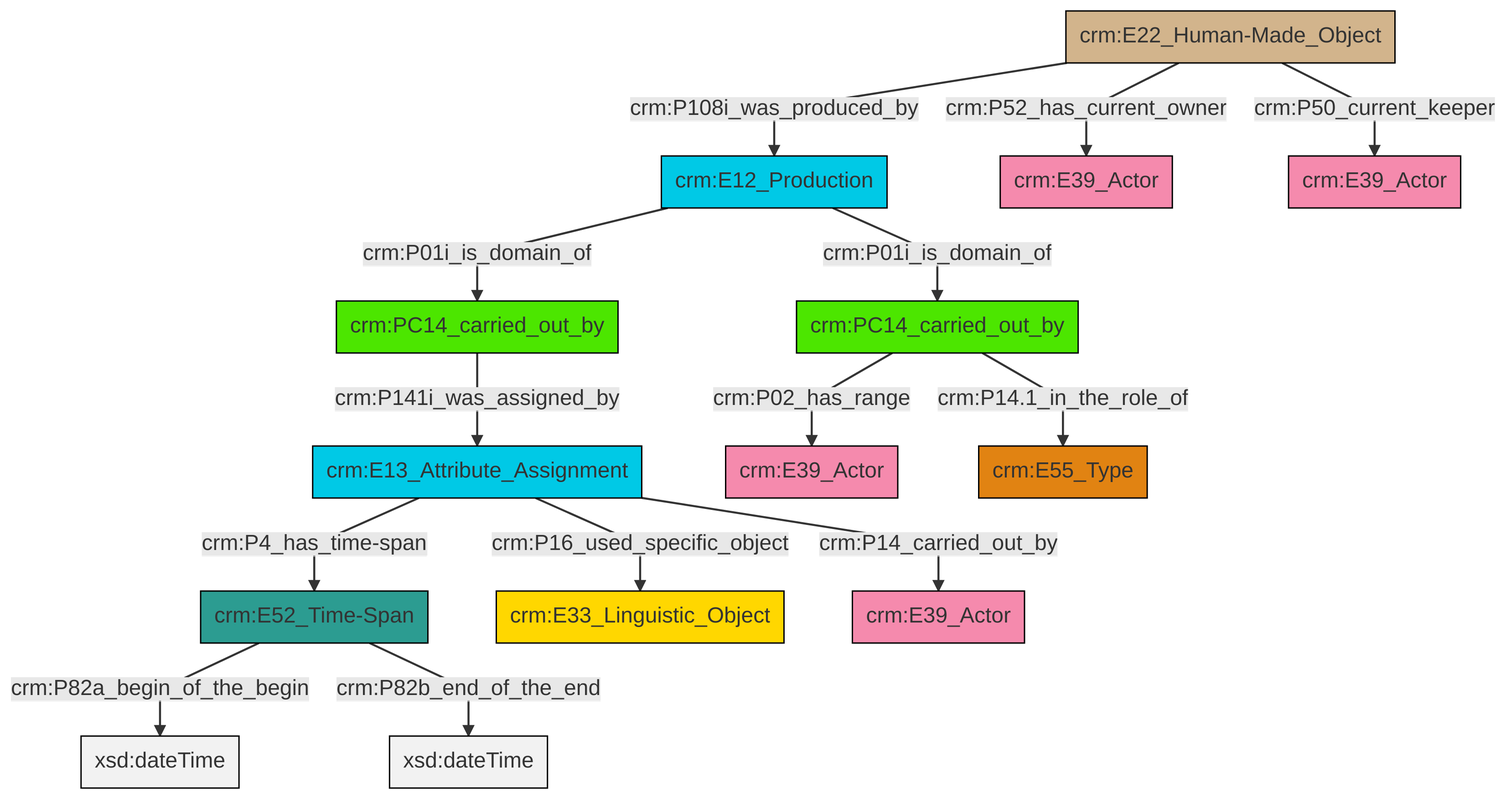
This is et/carrierCSV/ttl/mmd/png/carrier_relations.png from swiss-art-research-net/docs.swissartresearch, a Mermaid export, as it was before one commit. Its source is kept beside it as et/carrierCSV/ttl/mmd/carrier_relations.ttl.mmd.
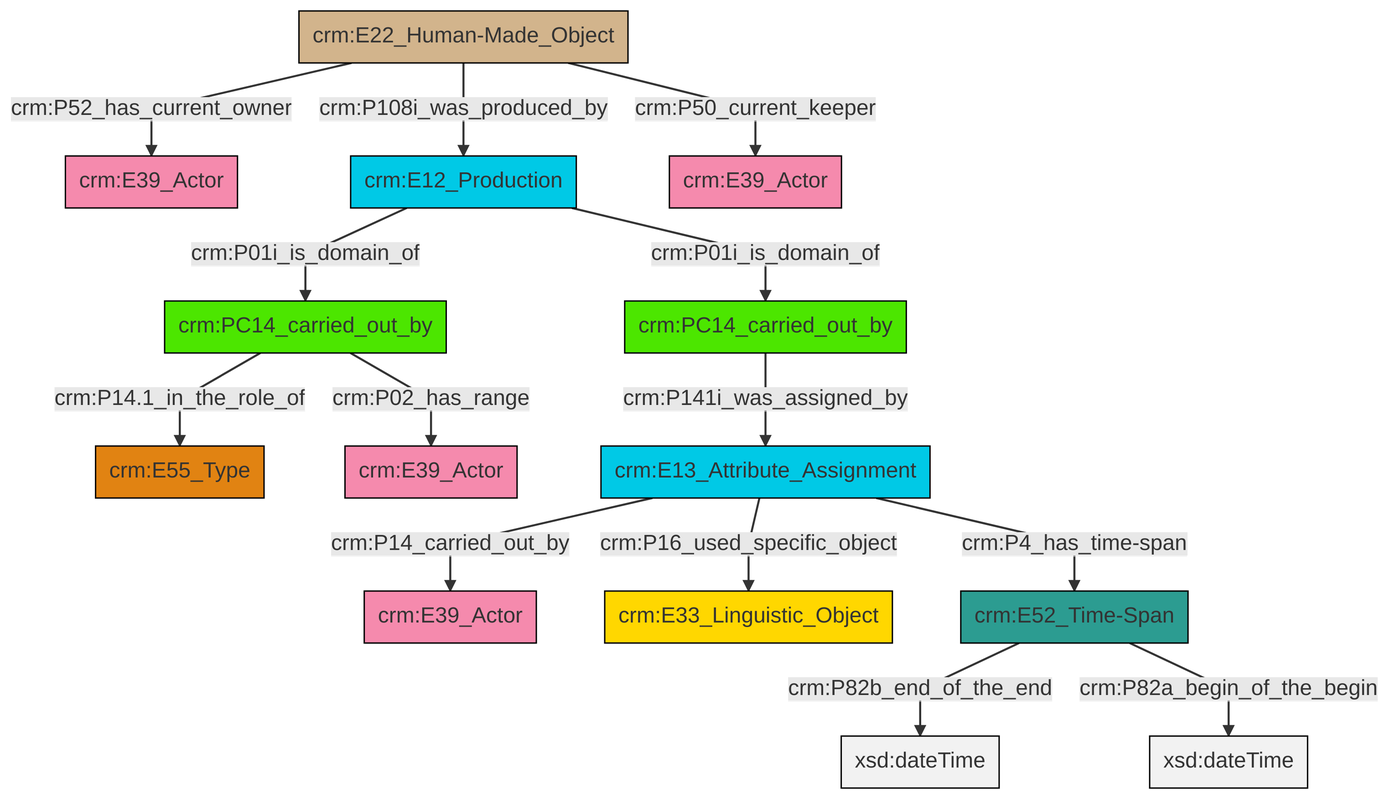
The same diagram one commit later.

Change to the diagram source:
```diff
@@ -13,16 +13,16 @@
 classDef PC_Classes fill:#4ce600, stroke:#000000;
 classDef Multi fill:#cccccc,stroke:#000000;
 
-4["crm:E13_Attribute_Assignment"]:::Temporal_Entity -->|crm:P4_has_time-span| 5["crm:E52_Time-Span"]:::Time-Span
-8["crm:PC14_carried_out_by"]:::PC_Classes -->|crm:P14.1_in_the_role_of| 9["crm:E55_Type"]:::Type
-0["crm:E12_Production"]:::Temporal_Entity -->|crm:P01i_is_domain_of| 11["crm:PC14_carried_out_by"]:::PC_Classes
-8["crm:PC14_carried_out_by"]:::PC_Classes -->|crm:P02_has_range| 6["crm:E39_Actor"]:::Actor
-5["crm:E52_Time-Span"]:::Time-Span -->|crm:P82a_begin_of_the_begin| 17[xsd:dateTime]:::Literal
-4["crm:E13_Attribute_Assignment"]:::Temporal_Entity -->|crm:P16_used_specific_object| 18["crm:E33_Linguistic_Object"]:::Conceptual_Object
-11["crm:PC14_carried_out_by"]:::PC_Classes -->|crm:P141i_was_assigned_by| 4["crm:E13_Attribute_Assignment"]:::Temporal_Entity
-13["crm:E22_Human-Made_Object"]:::Physical_Thing -->|crm:P50_current_keeper| 15["crm:E39_Actor"]:::Actor
-13["crm:E22_Human-Made_Object"]:::Physical_Thing -->|crm:P52_has_current_owner| 2["crm:E39_Actor"]:::Actor
-5["crm:E52_Time-Span"]:::Time-Span -->|crm:P82b_end_of_the_end| 23[xsd:dateTime]:::Literal
-4["crm:E13_Attribute_Assignment"]:::Temporal_Entity -->|crm:P14_carried_out_by| 24["crm:E39_Actor"]:::Actor
-0["crm:E12_Production"]:::Temporal_Entity -->|crm:P01i_is_domain_of| 8["crm:PC14_carried_out_by"]:::PC_Classes
-13["crm:E22_Human-Made_Object"]:::Physical_Thing -->|crm:P108i_was_produced_by| 0["crm:E12_Production"]:::Temporal_Entity
+8["crm:E13_Attribute_Assignment"]:::Temporal_Entity -->|crm:P14_carried_out_by| 9["crm:E39_Actor"]:::Actor
+6["crm:E52_Time-Span"]:::Time-Span -->|crm:P82b_end_of_the_end| 15[xsd:dateTime]:::Literal
+17["crm:PC14_carried_out_by"]:::PC_Classes -->|crm:P141i_was_assigned_by| 8["crm:E13_Attribute_Assignment"]:::Temporal_Entity
+18["crm:E12_Production"]:::Temporal_Entity -->|crm:P01i_is_domain_of| 4["crm:PC14_carried_out_by"]:::PC_Classes
+2["crm:E22_Human-Made_Object"]:::Physical_Thing -->|crm:P52_has_current_owner| 12["crm:E39_Actor"]:::Actor
+4["crm:PC14_carried_out_by"]:::PC_Classes -->|crm:P14.1_in_the_role_of| 19["crm:E55_Type"]:::Type
+18["crm:E12_Production"]:::Temporal_Entity -->|crm:P01i_is_domain_of| 17["crm:PC14_carried_out_by"]:::PC_Classes
+4["crm:PC14_carried_out_by"]:::PC_Classes -->|crm:P02_has_range| 0["crm:E39_Actor"]:::Actor
+8["crm:E13_Attribute_Assignment"]:::Temporal_Entity -->|crm:P16_used_specific_object| 21["crm:E33_Linguistic_Object"]:::Conceptual_Object
+8["crm:E13_Attribute_Assignment"]:::Temporal_Entity -->|crm:P4_has_time-span| 6["crm:E52_Time-Span"]:::Time-Span
+6["crm:E52_Time-Span"]:::Time-Span -->|crm:P82a_begin_of_the_begin| 24[xsd:dateTime]:::Literal
+2["crm:E22_Human-Made_Object"]:::Physical_Thing -->|crm:P108i_was_produced_by| 18["crm:E12_Production"]:::Temporal_Entity
+2["crm:E22_Human-Made_Object"]:::Physical_Thing -->|crm:P50_current_keeper| 10["crm:E39_Actor"]:::Actor
```
